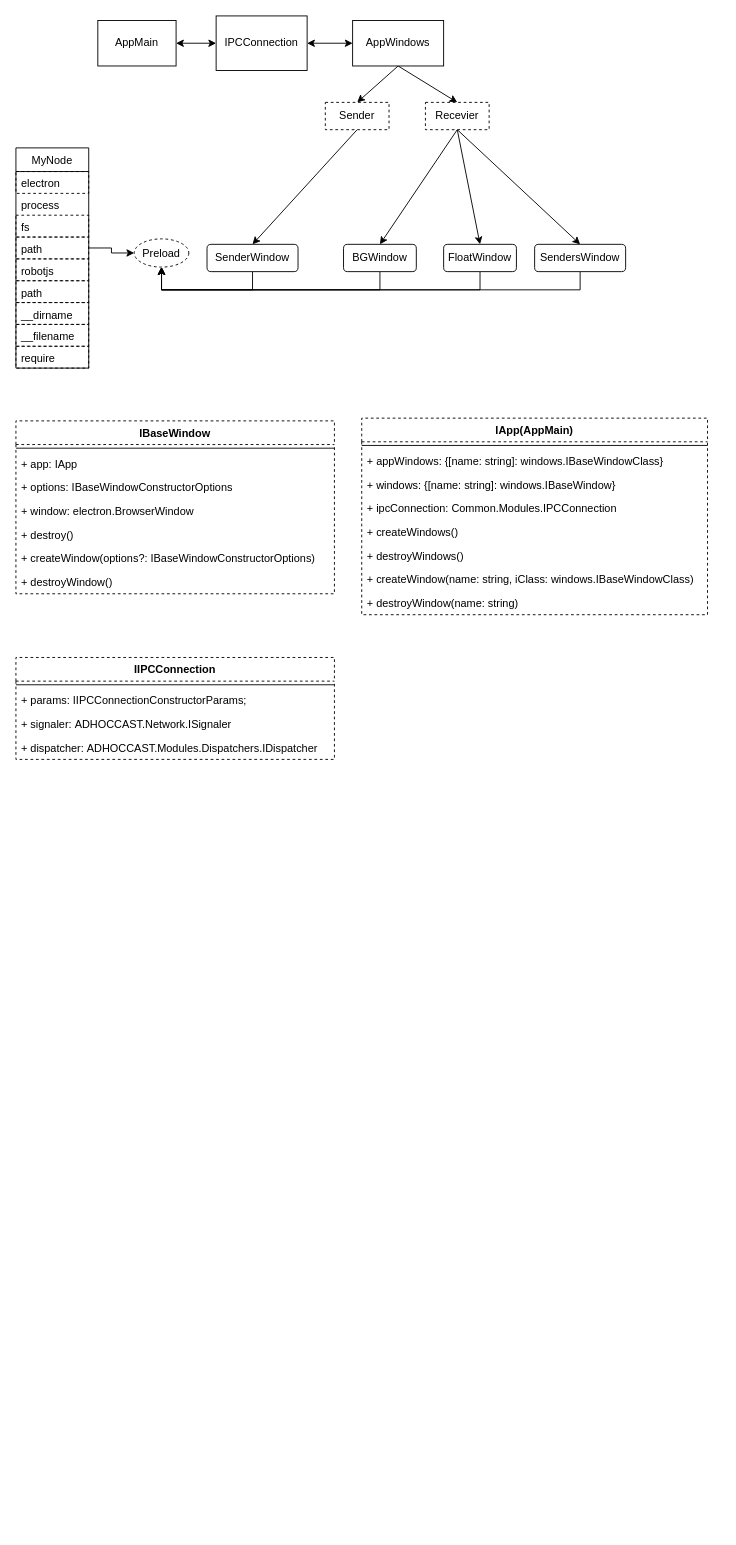
Earlier version of the draw.io diagram DesktopApp基本结构图.drawio (czq7966/drawio). Source tidied: cells renumbered, new cells numbered last; positions are measured from the earlier drawing's top-left corner, leaving out a move shared by most shapes. Both pictures are drawn from the tidied source at 91%, with x=0, y=0 at pixel (15, 15).
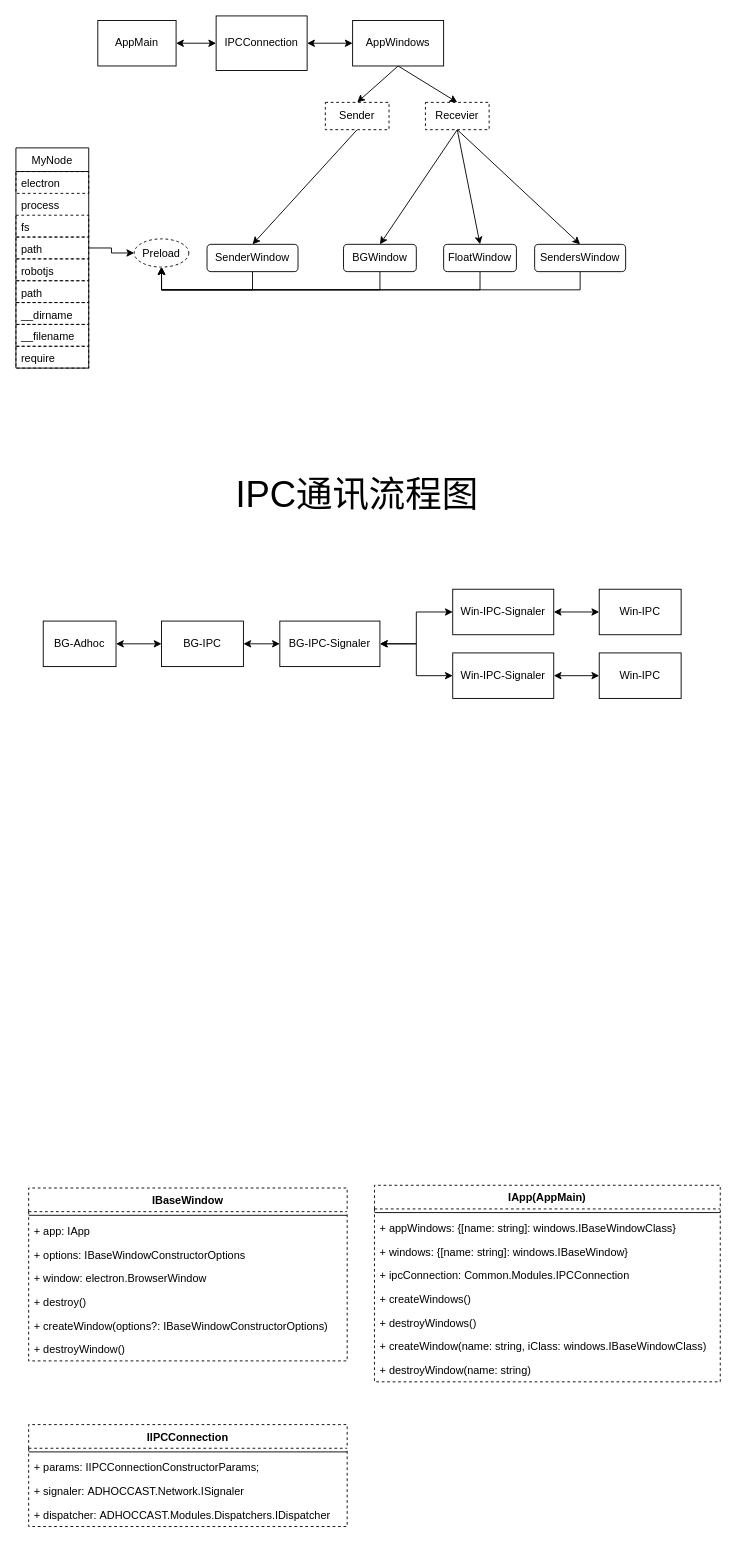
Above is the later version.

Commit message:
更新DesktopApp基本结构图.drawio

What changed in the source:
```diff
@@
     <mxCell id="35" value="IBaseWindow" style="swimlane;fontStyle=1;align=center;verticalAlign=top;horizontal=1;startSize=26;dashed=1;strokeColor=#000000;" parent="1" vertex="1">
-      <mxGeometry y="445" width="350" height="190" as="geometry" />
+      <mxGeometry x="14" y="1288" width="350" height="190" as="geometry" />
     </mxCell>
@@
     <mxCell id="43" value="IApp(AppMain)" style="swimlane;fontStyle=1;align=center;verticalAlign=top;horizontal=1;startSize=26;dashed=1;strokeColor=#000000;" parent="1" vertex="1">
-      <mxGeometry x="380" y="442" width="380" height="216" as="geometry" />
+      <mxGeometry x="394" y="1285" width="380" height="216" as="geometry" />
     </mxCell>
@@
     <mxCell id="52" value="IIPCConnection" style="swimlane;fontStyle=1;align=center;verticalAlign=top;horizontal=1;startSize=26;dashed=1;strokeColor=#000000;" parent="1" vertex="1">
-      <mxGeometry y="705" width="350" height="112" as="geometry" />
+      <mxGeometry x="14" y="1548" width="350" height="112" as="geometry" />
     </mxCell>
@@
+    <mxCell id="57" value="IPC通讯流程图" style="text;html=1;strokeColor=none;fillColor=none;align=center;verticalAlign=middle;whiteSpace=wrap;rounded=0;dashed=1;fontSize=40;" parent="1" vertex="1">
+      <mxGeometry x="190" y="500" width="370" height="50" as="geometry" />
+    </mxCell>
+    <mxCell id="58" style="edgeStyle=orthogonalEdgeStyle;rounded=0;jettySize=auto;html=1;exitX=1;exitY=0.5;exitDx=0;exitDy=0;entryX=0;entryY=0.5;entryDx=0;entryDy=0;startArrow=classic;startFill=1;fontSize=12;" parent="1" edge="1" source="59" target="70">
+      <mxGeometry relative="1" as="geometry" />
+    </mxCell>
+    <mxCell id="59" value="BG-Adhoc" style="rounded=0;whiteSpace=wrap;html=1;strokeColor=#000000;fontSize=12;" parent="1" vertex="1">
+      <mxGeometry x="30" y="665" width="80" height="50" as="geometry" />
+    </mxCell>
+    <mxCell id="60" style="edgeStyle=orthogonalEdgeStyle;rounded=0;jettySize=auto;html=1;exitX=1;exitY=0.5;exitDx=0;exitDy=0;entryX=0;entryY=0.5;entryDx=0;entryDy=0;startArrow=classic;startFill=1;fontSize=12;" parent="1" edge="1" source="62" target="64">
+      <mxGeometry relative="1" as="geometry" />
+    </mxCell>
+    <mxCell id="61" style="edgeStyle=orthogonalEdgeStyle;rounded=0;jettySize=auto;html=1;exitX=1;exitY=0.5;exitDx=0;exitDy=0;entryX=0;entryY=0.5;entryDx=0;entryDy=0;startArrow=classic;startFill=1;fontSize=12;" parent="1" edge="1" source="62" target="66">
+      <mxGeometry relative="1" as="geometry" />
+    </mxCell>
+    <mxCell id="62" value="BG-IPC-Signaler" style="rounded=0;whiteSpace=wrap;html=1;strokeColor=#000000;fontSize=12;" parent="1" vertex="1">
+      <mxGeometry x="290" y="665" width="110" height="50" as="geometry" />
+    </mxCell>
+    <mxCell id="63" style="edgeStyle=orthogonalEdgeStyle;rounded=0;jettySize=auto;html=1;exitX=1;exitY=0.5;exitDx=0;exitDy=0;entryX=0;entryY=0.5;entryDx=0;entryDy=0;startArrow=classic;startFill=1;fontSize=12;" parent="1" edge="1" source="64" target="67">
+      <mxGeometry relative="1" as="geometry" />
+    </mxCell>
+    <mxCell id="64" value="Win-IPC-Signaler" style="rounded=0;whiteSpace=wrap;html=1;strokeColor=#000000;fontSize=12;" parent="1" vertex="1">
+      <mxGeometry x="480" y="630" width="111" height="50" as="geometry" />
+    </mxCell>
+    <mxCell id="65" style="edgeStyle=orthogonalEdgeStyle;rounded=0;jettySize=auto;html=1;exitX=1;exitY=0.5;exitDx=0;exitDy=0;entryX=0;entryY=0.5;entryDx=0;entryDy=0;startArrow=classic;startFill=1;fontSize=12;" parent="1" edge="1" source="66" target="68">
+      <mxGeometry relative="1" as="geometry" />
+    </mxCell>
+    <mxCell id="66" value="Win-IPC-Signaler" style="rounded=0;whiteSpace=wrap;html=1;strokeColor=#000000;fontSize=12;" parent="1" vertex="1">
+      <mxGeometry x="480" y="700" width="111" height="50" as="geometry" />
+    </mxCell>
+    <mxCell id="67" value="Win-IPC" style="rounded=0;whiteSpace=wrap;html=1;strokeColor=#000000;fontSize=12;" parent="1" vertex="1">
+      <mxGeometry x="641" y="630" width="90" height="50" as="geometry" />
+    </mxCell>
+    <mxCell id="68" value="Win-IPC" style="rounded=0;whiteSpace=wrap;html=1;strokeColor=#000000;fontSize=12;" parent="1" vertex="1">
+      <mxGeometry x="641" y="700" width="90" height="50" as="geometry" />
+    </mxCell>
+    <mxCell id="69" style="edgeStyle=orthogonalEdgeStyle;rounded=0;jettySize=auto;html=1;exitX=1;exitY=0.5;exitDx=0;exitDy=0;entryX=0;entryY=0.5;entryDx=0;entryDy=0;startArrow=classic;startFill=1;fontSize=12;" parent="1" edge="1" source="70" target="62">
+      <mxGeometry relative="1" as="geometry" />
+    </mxCell>
+    <mxCell id="70" value="BG-IPC" style="rounded=0;whiteSpace=wrap;html=1;strokeColor=#000000;fontSize=12;" parent="1" vertex="1">
+      <mxGeometry x="160" y="665" width="90" height="50" as="geometry" />
+    </mxCell>
```
